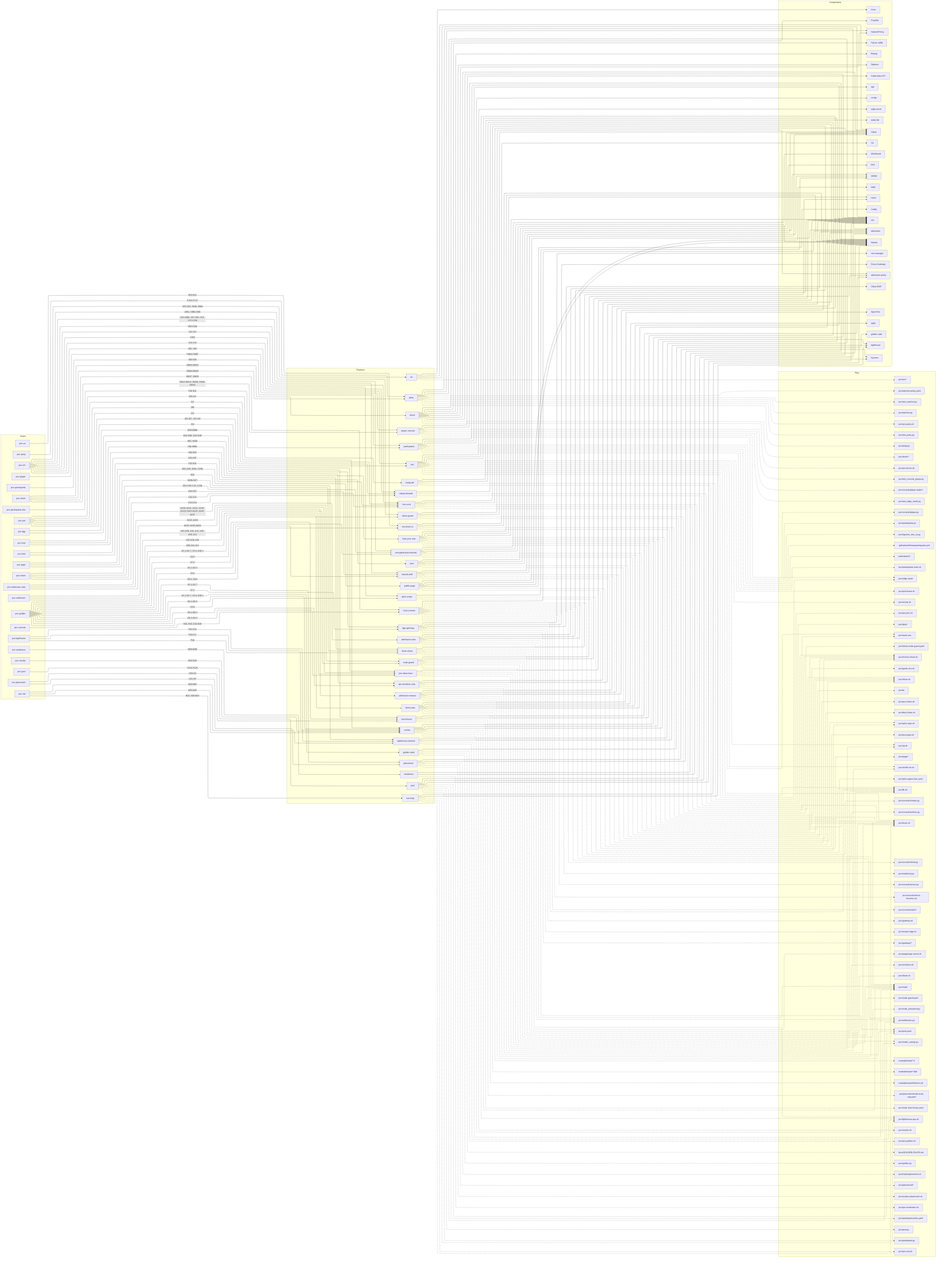
This is docs/diagrams/features.png from villadalmine/k8s-lan-party, a Mermaid export, as it was before one commit. Its source is kept beside it as docs/diagrams/features.mmd.
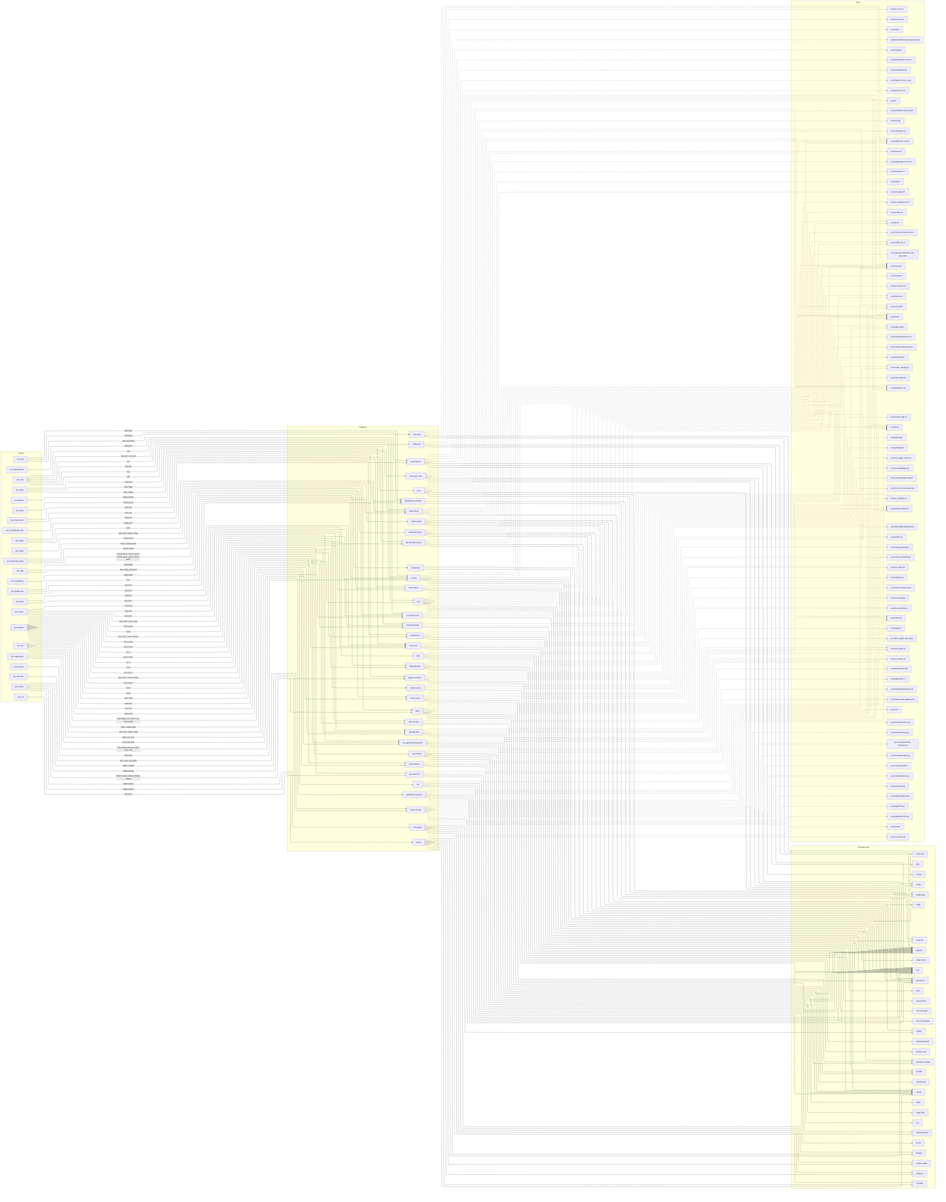
Above is the later version.

What changed in the source:
```diff
@@ -40,6 +40,7 @@
     f_pool["pool"]
     f_party["party"]
     f_doom["doom"]
+    f_live_page["live-page"]
     f_public_page["public-page"]
     f_lighthouse_external["lighthouse-external"]
     f_revoke["revoke"]
@@ -76,8 +77,8 @@
     c_FreeDM["FreeDM"]
     c_ffmpeg["ffmpeg"]
     c_Python_stdlib["Python stdlib"]
+    c_Caddy["Caddy"]
     c_page["page"]
-    c_Caddy["Caddy"]
     c_lighthouse["lighthouse"]
     c_CA["CA"]
     c_golden_suite["golden suite"]
@@ -136,6 +137,9 @@
     p_poc_test_watcher_py["poc/test_watcher.py"]
     p_poc_doom__["poc/doom/*"]
     p_poc_poc_doom_sh["poc/poc-doom.sh"]
+    p_poc_page_live_py["poc/page/live.py"]
+    p_poc_page_streamer_py["poc/page/streamer.py"]
+    p_poc_page_static_live_js["poc/page/static/live.js"]
     p_poc_page__["poc/page/*"]
     p_poc_poc_page_sh["poc/poc-page.sh"]
     p_poc_lighthouse_vps_sh["poc/lighthouse-vps.sh"]
@@ -302,6 +306,15 @@
   f_doom --> c_Python_stdlib
   f_doom -.-> p_poc_doom__
   f_doom -.-> p_poc_poc_doom_sh
+  s_poc_doom -->|"DM34-DM37"| f_live_page
+  f_live_page --> c_Odamex
+  f_live_page --> c_FreeDM
+  f_live_page --> c_ffmpeg
+  f_live_page --> c_Caddy
+  f_live_page --> c_Python_stdlib
+  f_live_page -.-> p_poc_page_live_py
+  f_live_page -.-> p_poc_page_streamer_py
+  f_live_page -.-> p_poc_page_static_live_js
   s_poc_page -->|"G01-G26, G09c, G25b"| f_public_page
   f_public_page --> c_page
   f_public_page --> c_Caddy
```
